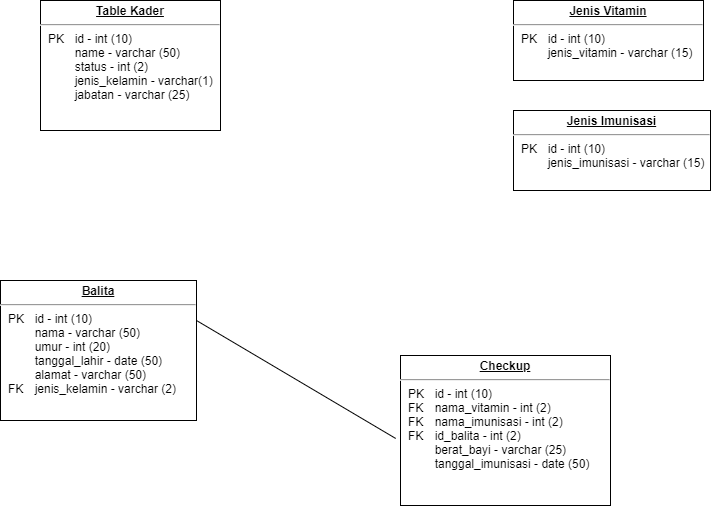
The draw.io diagram Untitled Diagram.png in danangsptro/SI_POSYANDU, before a commit. Source tidied: cells renumbered, new cells last; positions are measured from the earlier drawing's top-left corner, leaving out a move shared by most shapes.
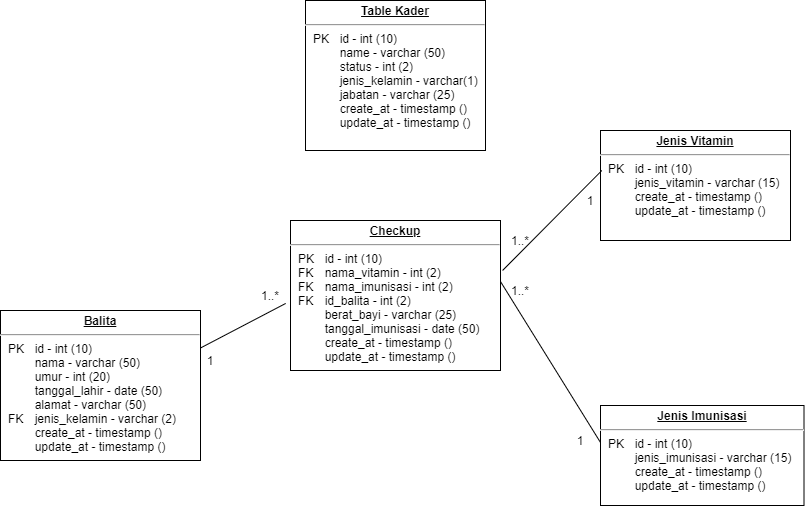
The same diagram one commit later.

What changed in the source:
```diff
@@ -2,25 +2,47 @@
   <root>
     <mxCell id="0" />
     <mxCell id="1" parent="0" />
-    <mxCell id="2" value="&lt;p style=&quot;margin: 0px ; margin-top: 4px ; text-align: center ; text-decoration: underline&quot;&gt;&lt;b&gt;Table Kader&lt;/b&gt;&lt;/p&gt;&lt;hr&gt;&lt;p style=&quot;margin: 0px ; margin-left: 8px&quot;&gt;PK&lt;span style=&quot;white-space: pre&quot;&gt;&#9;&lt;/span&gt;id - int (10)&lt;/p&gt;&lt;p style=&quot;margin: 0px ; margin-left: 8px&quot;&gt;&lt;span style=&quot;white-space: pre&quot;&gt;&#9;&lt;/span&gt;name - varchar (50)&lt;/p&gt;&lt;p style=&quot;margin: 0px ; margin-left: 8px&quot;&gt;&lt;span style=&quot;white-space: pre&quot;&gt;&#9;&lt;/span&gt;status - int (2)&lt;br&gt;&lt;/p&gt;&lt;p style=&quot;margin: 0px ; margin-left: 8px&quot;&gt;&lt;span style=&quot;white-space: pre&quot;&gt;&#9;&lt;/span&gt;jenis_kelamin - varchar(1)&lt;br&gt;&lt;/p&gt;&lt;p style=&quot;margin: 0px ; margin-left: 8px&quot;&gt;&lt;span style=&quot;white-space: pre&quot;&gt;&#9;&lt;/span&gt;jabatan - varchar (25)&lt;br&gt;&lt;/p&gt;&lt;p style=&quot;margin: 0px ; margin-left: 8px&quot;&gt;&lt;span style=&quot;white-space: pre&quot;&gt;&#9;&lt;/span&gt;&lt;br&gt;&lt;/p&gt;&lt;p style=&quot;margin: 0px ; margin-left: 8px&quot;&gt;&lt;span style=&quot;white-space: pre&quot;&gt;&#9;&lt;/span&gt;&lt;br&gt;&lt;/p&gt;" style="verticalAlign=top;align=left;overflow=fill;fontSize=12;fontFamily=Helvetica;html=1;" parent="1" vertex="1">
-      <mxGeometry x="40" width="180" height="130" as="geometry" />
+    <mxCell id="2" value="&lt;p style=&quot;margin: 0px ; margin-top: 4px ; text-align: center ; text-decoration: underline&quot;&gt;&lt;b&gt;Table Kader&lt;/b&gt;&lt;/p&gt;&lt;hr&gt;&lt;p style=&quot;margin: 0px ; margin-left: 8px&quot;&gt;PK&lt;span style=&quot;white-space: pre&quot;&gt;&#9;&lt;/span&gt;id - int (10)&lt;/p&gt;&lt;p style=&quot;margin: 0px ; margin-left: 8px&quot;&gt;&lt;span style=&quot;white-space: pre&quot;&gt;&#9;&lt;/span&gt;name - varchar (50)&lt;/p&gt;&lt;p style=&quot;margin: 0px ; margin-left: 8px&quot;&gt;&lt;span style=&quot;white-space: pre&quot;&gt;&#9;&lt;/span&gt;status - int (2)&lt;br&gt;&lt;/p&gt;&lt;p style=&quot;margin: 0px ; margin-left: 8px&quot;&gt;&lt;span style=&quot;white-space: pre&quot;&gt;&#9;&lt;/span&gt;jenis_kelamin - varchar(1)&lt;br&gt;&lt;/p&gt;&lt;p style=&quot;margin: 0px ; margin-left: 8px&quot;&gt;&lt;span style=&quot;white-space: pre&quot;&gt;&#9;&lt;/span&gt;jabatan - varchar (25)&lt;br&gt;&lt;/p&gt;&lt;p style=&quot;margin: 0px ; margin-left: 8px&quot;&gt;&lt;span style=&quot;white-space: pre&quot;&gt;&#9;&lt;/span&gt;create_at - timestamp ()&lt;br&gt;&lt;/p&gt;&lt;p style=&quot;margin: 0px ; margin-left: 8px&quot;&gt;&lt;span style=&quot;white-space: pre&quot;&gt;&#9;&lt;/span&gt;update_at - timestamp ()&lt;br&gt;&lt;/p&gt;&lt;p style=&quot;margin: 0px ; margin-left: 8px&quot;&gt;&lt;span style=&quot;white-space: pre&quot;&gt;&#9;&lt;/span&gt;&lt;br&gt;&lt;/p&gt;&lt;p style=&quot;margin: 0px ; margin-left: 8px&quot;&gt;&lt;span style=&quot;white-space: pre&quot;&gt;&#9;&lt;/span&gt;&lt;br&gt;&lt;/p&gt;&lt;p style=&quot;margin: 0px ; margin-left: 8px&quot;&gt;&lt;span style=&quot;white-space: pre&quot;&gt;&#9;&lt;/span&gt;&lt;br&gt;&lt;/p&gt;" style="verticalAlign=top;align=left;overflow=fill;fontSize=12;fontFamily=Helvetica;html=1;" parent="1" vertex="1">
+      <mxGeometry x="225" y="-20" width="180" height="150" as="geometry" />
     </mxCell>
-    <mxCell id="3" value="&lt;p style=&quot;margin: 0px ; margin-top: 4px ; text-align: center ; text-decoration: underline&quot;&gt;&lt;b&gt;Balita&lt;/b&gt;&lt;/p&gt;&lt;hr&gt;&lt;p style=&quot;margin: 0px ; margin-left: 8px&quot;&gt;PK&lt;span style=&quot;white-space: pre&quot;&gt;&#9;&lt;/span&gt;id - int (10)&lt;br&gt;&lt;span style=&quot;white-space: pre&quot;&gt;&#9;&lt;/span&gt;nama - varchar (50)&lt;/p&gt;&lt;p style=&quot;margin: 0px ; margin-left: 8px&quot;&gt;&lt;span style=&quot;white-space: pre&quot;&gt;&#9;&lt;/span&gt;umur - int (20)&lt;/p&gt;&lt;p style=&quot;margin: 0px ; margin-left: 8px&quot;&gt;&lt;span style=&quot;white-space: pre&quot;&gt;&#9;&lt;/span&gt;tanggal_lahir - date (50)&lt;/p&gt;&lt;p style=&quot;margin: 0px ; margin-left: 8px&quot;&gt;&lt;span style=&quot;white-space: pre&quot;&gt;&#9;&lt;/span&gt;alamat - varchar (50)&lt;br&gt;FK&lt;span style=&quot;white-space: pre&quot;&gt;&#9;&lt;/span&gt;jenis_kelamin - varchar (2)&lt;br&gt;&lt;/p&gt;" style="verticalAlign=top;align=left;overflow=fill;fontSize=12;fontFamily=Helvetica;html=1;" parent="1" vertex="1">
-      <mxGeometry y="280" width="196" height="140" as="geometry" />
+    <mxCell id="3" value="&lt;p style=&quot;margin: 0px ; margin-top: 4px ; text-align: center ; text-decoration: underline&quot;&gt;&lt;b&gt;Balita&lt;/b&gt;&lt;/p&gt;&lt;hr&gt;&lt;p style=&quot;margin: 0px ; margin-left: 8px&quot;&gt;PK&lt;span style=&quot;white-space: pre&quot;&gt;&#9;&lt;/span&gt;id - int (10)&lt;br&gt;&lt;span style=&quot;white-space: pre&quot;&gt;&#9;&lt;/span&gt;nama - varchar (50)&lt;/p&gt;&lt;p style=&quot;margin: 0px ; margin-left: 8px&quot;&gt;&lt;span style=&quot;white-space: pre&quot;&gt;&#9;&lt;/span&gt;umur - int (20)&lt;/p&gt;&lt;p style=&quot;margin: 0px ; margin-left: 8px&quot;&gt;&lt;span style=&quot;white-space: pre&quot;&gt;&#9;&lt;/span&gt;tanggal_lahir - date (50)&lt;/p&gt;&lt;p style=&quot;margin: 0px ; margin-left: 8px&quot;&gt;&lt;span style=&quot;white-space: pre&quot;&gt;&#9;&lt;/span&gt;alamat - varchar (50)&lt;br&gt;FK&lt;span style=&quot;white-space: pre&quot;&gt;&#9;&lt;/span&gt;jenis_kelamin - varchar (2)&lt;br&gt;&lt;/p&gt;&lt;p style=&quot;margin: 0px ; margin-left: 8px&quot;&gt;&lt;span style=&quot;white-space: pre&quot;&gt;&#9;&lt;/span&gt;create_at - timestamp ()&lt;br&gt;&lt;/p&gt;&lt;p style=&quot;margin: 0px ; margin-left: 8px&quot;&gt;&lt;span style=&quot;white-space: pre&quot;&gt;&#9;&lt;/span&gt;update_at - timestamp ()&lt;br&gt;&lt;/p&gt;" style="verticalAlign=top;align=left;overflow=fill;fontSize=12;fontFamily=Helvetica;html=1;" parent="1" vertex="1">
+      <mxGeometry x="-80" y="290" width="200" height="150" as="geometry" />
     </mxCell>
-    <mxCell id="4" value="&lt;p style=&quot;margin: 0px ; margin-top: 4px ; text-align: center ; text-decoration: underline&quot;&gt;&lt;b&gt;Checkup&lt;/b&gt;&lt;/p&gt;&lt;hr&gt;&lt;p style=&quot;margin: 0px ; margin-left: 8px&quot;&gt;PK&lt;span&gt;&#9;&lt;span style=&quot;white-space: pre&quot;&gt;&#9;&lt;/span&gt;&lt;/span&gt;id - int (10)&lt;/p&gt;&lt;p style=&quot;margin: 0px ; margin-left: 8px&quot;&gt;FK&lt;span&gt;&#9;&lt;span style=&quot;white-space: pre&quot;&gt;&#9;&lt;/span&gt;&lt;/span&gt;nama_vitamin - int (2)&lt;br&gt;&lt;/p&gt;&lt;p style=&quot;margin: 0px 0px 0px 8px&quot;&gt;FK&lt;span&gt;&#9;&lt;span style=&quot;white-space: pre&quot;&gt;&#9;&lt;/span&gt;&lt;/span&gt;nama_imunisasi - int (2)&lt;br&gt;&lt;/p&gt;&lt;p style=&quot;margin: 0px 0px 0px 8px&quot;&gt;FK &lt;span style=&quot;white-space: pre&quot;&gt;&#9;&lt;/span&gt;id_balita - int (2)&lt;/p&gt;&lt;p style=&quot;margin: 0px 0px 0px 8px&quot;&gt;&lt;span style=&quot;white-space: pre&quot;&gt;&#9;&lt;/span&gt;berat_bayi - varchar (25)&lt;br&gt;&lt;/p&gt;&lt;p style=&quot;margin: 0px 0px 0px 8px&quot;&gt;&amp;nbsp; &amp;nbsp; &amp;nbsp;&lt;span style=&quot;white-space: pre&quot;&gt;&#9;&lt;/span&gt;tanggal_imunisasi - date (50)&lt;/p&gt;&lt;p style=&quot;margin: 0px 0px 0px 8px&quot;&gt;&lt;span style=&quot;white-space: pre&quot;&gt;&#9;&lt;/span&gt;&lt;br&gt;&lt;/p&gt;" style="verticalAlign=top;align=left;overflow=fill;fontSize=12;fontFamily=Helvetica;html=1;" parent="1" vertex="1">
-      <mxGeometry x="400" y="355" width="210" height="150" as="geometry" />
+    <mxCell id="4" value="&lt;p style=&quot;margin: 0px ; margin-top: 4px ; text-align: center ; text-decoration: underline&quot;&gt;&lt;b&gt;Checkup&lt;/b&gt;&lt;/p&gt;&lt;hr&gt;&lt;p style=&quot;margin: 0px ; margin-left: 8px&quot;&gt;PK&lt;span&gt;&#9;&lt;span style=&quot;white-space: pre&quot;&gt;&#9;&lt;/span&gt;&lt;/span&gt;id - int (10)&lt;/p&gt;&lt;p style=&quot;margin: 0px ; margin-left: 8px&quot;&gt;FK&lt;span&gt;&#9;&lt;span style=&quot;white-space: pre&quot;&gt;&#9;&lt;/span&gt;&lt;/span&gt;nama_vitamin - int (2)&lt;br&gt;&lt;/p&gt;&lt;p style=&quot;margin: 0px 0px 0px 8px&quot;&gt;FK&lt;span&gt;&#9;&lt;span style=&quot;white-space: pre&quot;&gt;&#9;&lt;/span&gt;&lt;/span&gt;nama_imunisasi - int (2)&lt;br&gt;&lt;/p&gt;&lt;p style=&quot;margin: 0px 0px 0px 8px&quot;&gt;FK &lt;span style=&quot;white-space: pre&quot;&gt;&#9;&lt;/span&gt;id_balita - int (2)&lt;/p&gt;&lt;p style=&quot;margin: 0px 0px 0px 8px&quot;&gt;&lt;span style=&quot;white-space: pre&quot;&gt;&#9;&lt;/span&gt;berat_bayi - varchar (25)&lt;br&gt;&lt;/p&gt;&lt;p style=&quot;margin: 0px 0px 0px 8px&quot;&gt;&amp;nbsp; &amp;nbsp; &amp;nbsp;&lt;span style=&quot;white-space: pre&quot;&gt;&#9;&lt;/span&gt;tanggal_imunisasi - date (50)&lt;/p&gt;&lt;p style=&quot;margin: 0px 0px 0px 8px&quot;&gt;&lt;span style=&quot;white-space: pre&quot;&gt;&lt;span style=&quot;white-space: pre&quot;&gt;&#9;&lt;/span&gt;create_at - timestamp ()&lt;/span&gt;&lt;/p&gt;&lt;p style=&quot;margin: 0px 0px 0px 8px&quot;&gt;&lt;span style=&quot;white-space: pre&quot;&gt;&lt;span style=&quot;white-space: pre&quot;&gt;&#9;&lt;/span&gt;update_at - timestamp ()&#9;&lt;/span&gt;&lt;br&gt;&lt;/p&gt;" style="verticalAlign=top;align=left;overflow=fill;fontSize=12;fontFamily=Helvetica;html=1;" parent="1" vertex="1">
+      <mxGeometry x="210" y="200" width="210" height="150" as="geometry" />
     </mxCell>
-    <mxCell id="5" value="&lt;p style=&quot;margin: 0px ; margin-top: 4px ; text-align: center ; text-decoration: underline&quot;&gt;&lt;b&gt;Jenis Vitamin&lt;/b&gt;&lt;/p&gt;&lt;hr&gt;&lt;p style=&quot;margin: 0px ; margin-left: 8px&quot;&gt;PK&amp;nbsp;&lt;span style=&quot;white-space: pre&quot;&gt;&#9;&lt;/span&gt;id - int (10)&lt;/p&gt;&lt;p style=&quot;margin: 0px ; margin-left: 8px&quot;&gt;&lt;span style=&quot;white-space: pre&quot;&gt;&#9;&lt;/span&gt;jenis_vitamin - varchar (15)&lt;br&gt;&lt;/p&gt;" style="verticalAlign=top;align=left;overflow=fill;fontSize=12;fontFamily=Helvetica;html=1;" parent="1" vertex="1">
-      <mxGeometry x="513" width="190" height="80" as="geometry" />
+    <mxCell id="5" value="&lt;p style=&quot;margin: 0px ; margin-top: 4px ; text-align: center ; text-decoration: underline&quot;&gt;&lt;b&gt;Jenis Vitamin&lt;/b&gt;&lt;/p&gt;&lt;hr&gt;&lt;p style=&quot;margin: 0px ; margin-left: 8px&quot;&gt;PK&amp;nbsp;&lt;span style=&quot;white-space: pre&quot;&gt;&#9;&lt;/span&gt;id - int (10)&lt;/p&gt;&lt;p style=&quot;margin: 0px ; margin-left: 8px&quot;&gt;&lt;span style=&quot;white-space: pre&quot;&gt;&#9;&lt;/span&gt;jenis_vitamin - varchar (15)&lt;br&gt;&lt;/p&gt;&lt;p style=&quot;margin: 0px ; margin-left: 8px&quot;&gt;&lt;span style=&quot;white-space: pre&quot;&gt;&#9;&lt;/span&gt;create_at - timestamp ()&lt;br&gt;&lt;/p&gt;&lt;p style=&quot;margin: 0px ; margin-left: 8px&quot;&gt;&lt;span style=&quot;white-space: pre&quot;&gt;&#9;&lt;/span&gt;update_at - timestamp ()&lt;br&gt;&lt;/p&gt;" style="verticalAlign=top;align=left;overflow=fill;fontSize=12;fontFamily=Helvetica;html=1;" parent="1" vertex="1">
+      <mxGeometry x="520" y="110" width="190" height="110" as="geometry" />
     </mxCell>
-    <mxCell id="6" value="&lt;p style=&quot;margin: 0px ; margin-top: 4px ; text-align: center ; text-decoration: underline&quot;&gt;&lt;b&gt;Jenis Imunisasi&lt;/b&gt;&lt;/p&gt;&lt;hr&gt;&lt;p style=&quot;margin: 0px ; margin-left: 8px&quot;&gt;PK&amp;nbsp;&lt;span style=&quot;white-space: pre&quot;&gt;&#9;&lt;/span&gt;id - int (10)&lt;br&gt;&lt;span style=&quot;white-space: pre&quot;&gt;&#9;&lt;/span&gt;jenis_imunisasi - varchar (15)&lt;br&gt;&lt;/p&gt;" style="verticalAlign=top;align=left;overflow=fill;fontSize=12;fontFamily=Helvetica;html=1;" parent="1" vertex="1">
-      <mxGeometry x="513" y="110" width="197" height="80" as="geometry" />
+    <mxCell id="6" value="&lt;p style=&quot;margin: 0px ; margin-top: 4px ; text-align: center ; text-decoration: underline&quot;&gt;&lt;b&gt;Jenis Imunisasi&lt;/b&gt;&lt;/p&gt;&lt;hr&gt;&lt;p style=&quot;margin: 0px ; margin-left: 8px&quot;&gt;PK&amp;nbsp;&lt;span style=&quot;white-space: pre&quot;&gt;&#9;&lt;/span&gt;id - int (10)&lt;br&gt;&lt;span style=&quot;white-space: pre&quot;&gt;&#9;&lt;/span&gt;jenis_imunisasi - varchar (15)&lt;br&gt;&lt;/p&gt;&lt;p style=&quot;margin: 0px ; margin-left: 8px&quot;&gt;&lt;span style=&quot;white-space: pre&quot;&gt;&#9;&lt;/span&gt;create_at - timestamp ()&lt;br&gt;&lt;/p&gt;&lt;p style=&quot;margin: 0px ; margin-left: 8px&quot;&gt;&lt;span style=&quot;white-space: pre&quot;&gt;&#9;&lt;/span&gt;update_at - timestamp ()&lt;br&gt;&lt;/p&gt;" style="verticalAlign=top;align=left;overflow=fill;fontSize=12;fontFamily=Helvetica;html=1;" parent="1" vertex="1">
+      <mxGeometry x="520" y="385" width="203.5" height="100" as="geometry" />
     </mxCell>
-    <mxCell id="7" style="endArrow=none;html=1;entryX=-0.023;entryY=0.553;entryDx=0;entryDy=0;entryPerimeter=0;" parent="1" edge="1" target="4">
-      <mxGeometry relative="1" as="geometry">
-        <mxPoint x="196" y="320" as="sourcePoint" />
-      </mxGeometry>
+    <mxCell id="7" style="endArrow=none;html=1;entryX=-0.023;entryY=0.553;entryDx=0;entryDy=0;entryPerimeter=0;exitX=1;exitY=0.25;exitDx=0;exitDy=0;" parent="1" edge="1" source="3" target="4">
+      <mxGeometry relative="1" as="geometry" />
     </mxCell>
+    <mxCell id="8" style="endArrow=none;html=1;exitX=0.007;exitY=0.364;exitDx=0;exitDy=0;exitPerimeter=0;entryX=1.01;entryY=0.333;entryDx=0;entryDy=0;entryPerimeter=0;" parent="1" edge="1" source="5" target="4">
+      <mxGeometry relative="1" as="geometry" />
+    </mxCell>
+    <mxCell id="9" style="endArrow=none;html=1;exitX=0;exitY=0.37;exitDx=0;exitDy=0;exitPerimeter=0;entryX=1;entryY=0.407;entryDx=0;entryDy=0;entryPerimeter=0;" parent="1" edge="1" source="6" target="4">
+      <mxGeometry relative="1" as="geometry" />
+    </mxCell>
+    <mxCell id="10" value="1" style="text;html=1;strokeColor=none;fillColor=none;align=center;verticalAlign=middle;whiteSpace=wrap;rounded=0;" parent="1" vertex="1">
+      <mxGeometry x="110" y="330" width="40" height="20" as="geometry" />
+    </mxCell>
+    <mxCell id="11" value="1..*" style="text;html=1;strokeColor=none;fillColor=none;align=center;verticalAlign=middle;whiteSpace=wrap;rounded=0;" parent="1" vertex="1">
+      <mxGeometry x="170" y="265" width="40" height="20" as="geometry" />
+    </mxCell>
+    <mxCell id="12" value="1" style="text;html=1;strokeColor=none;fillColor=none;align=center;verticalAlign=middle;whiteSpace=wrap;rounded=0;" parent="1" vertex="1">
+      <mxGeometry x="490" y="170" width="40" height="20" as="geometry" />
+    </mxCell>
+    <mxCell id="13" value="1..*" style="text;html=1;strokeColor=none;fillColor=none;align=center;verticalAlign=middle;whiteSpace=wrap;rounded=0;" parent="1" vertex="1">
+      <mxGeometry x="420" y="210" width="40" height="20" as="geometry" />
+    </mxCell>
+    <mxCell id="14" value="1..*" style="text;html=1;strokeColor=none;fillColor=none;align=center;verticalAlign=middle;whiteSpace=wrap;rounded=0;" parent="1" vertex="1">
+      <mxGeometry x="420" y="260" width="40" height="20" as="geometry" />
+    </mxCell>
+    <mxCell id="15" value="1" style="text;html=1;strokeColor=none;fillColor=none;align=center;verticalAlign=middle;whiteSpace=wrap;rounded=0;" parent="1" vertex="1">
+      <mxGeometry x="480" y="410" width="40" height="20" as="geometry" />
+    </mxCell>
   </root>
 </mxGraphModel>
```
